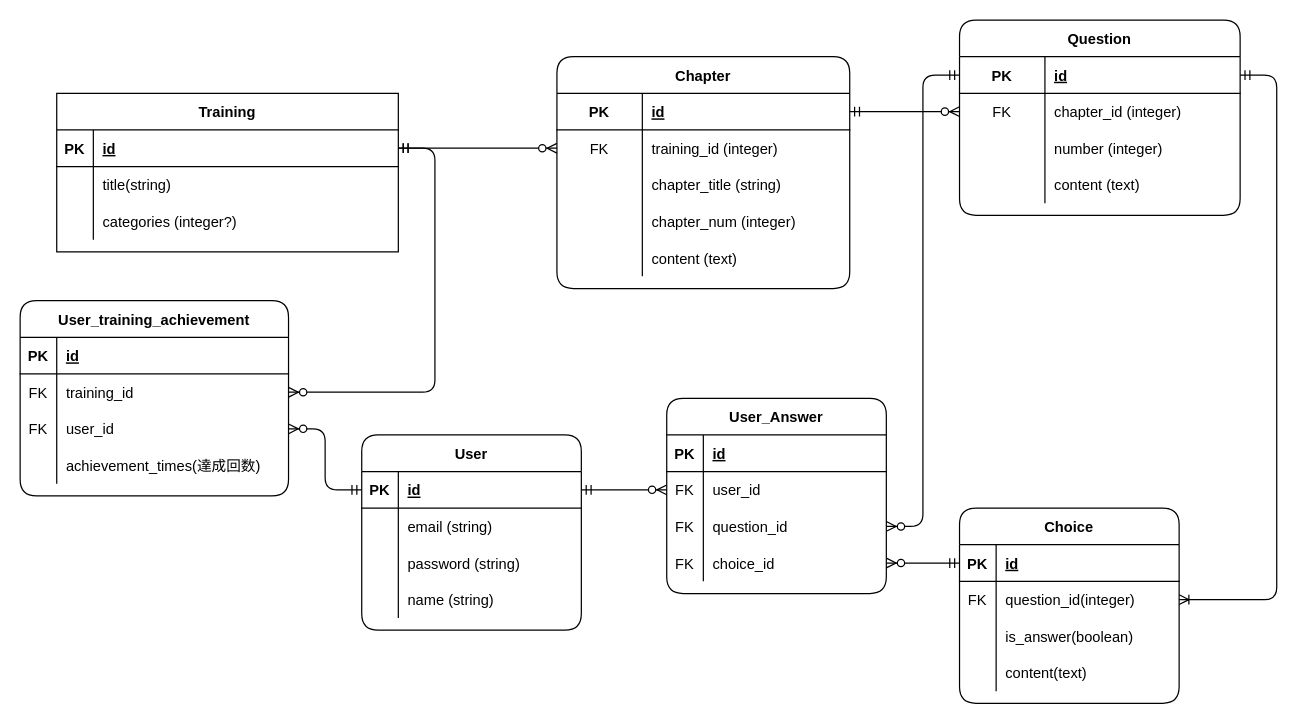
The draw.io diagram page "自分アプリ用" (1 of 3) of models.drawio in Yuluki-10/quiz-app_markdown, before the edit. Source tidied: cells renumbered, new cells numbered last; positions are measured from the earlier drawing's top-left corner, leaving out a move shared by most shapes. Both pictures are drawn from the tidied source at 122%, with x=0, y=0 at pixel (20, 20).
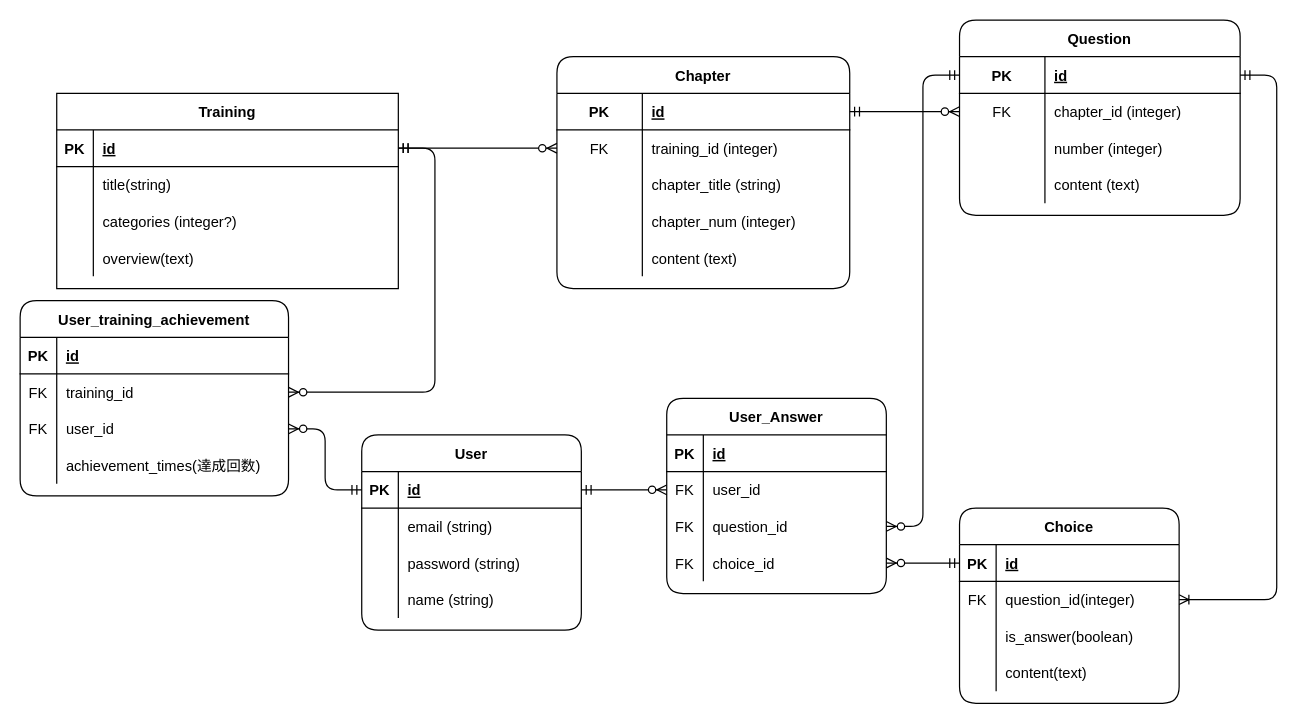
The same page after the edit.

What changed in the source:
```diff
@@
     <mxCell id="75" value="Training" style="shape=table;startSize=30;childLayout=tableLayout;rowLines=0;fontStyle=1;align=center;" parent="1" vertex="1">
-      <mxGeometry x="30" y="60" width="280" height="130" as="geometry" />
+      <mxGeometry x="30" y="60" width="280" height="160" as="geometry" />
     </mxCell>
@@
+    <mxCell id="101" style="shape=partialRectangle;fillColor=none;top=0;left=0;bottom=0;right=0;" parent="75" vertex="1">
+      <mxGeometry y="120" width="280" height="30" as="geometry" />
+    </mxCell>
+    <mxCell id="102" style="shape=partialRectangle;fillColor=none;top=0;left=0;bottom=0;right=0;overflow=hidden;" parent="101" vertex="1">
+      <mxGeometry width="30" height="30" as="geometry" />
+    </mxCell>
+    <mxCell id="103" value="overview(text)" style="shape=partialRectangle;fillColor=none;top=0;left=0;bottom=0;right=0;align=left;spacingLeft=6;overflow=hidden;" parent="101" vertex="1">
+      <mxGeometry x="30" width="250" height="30" as="geometry" />
+    </mxCell>
```
